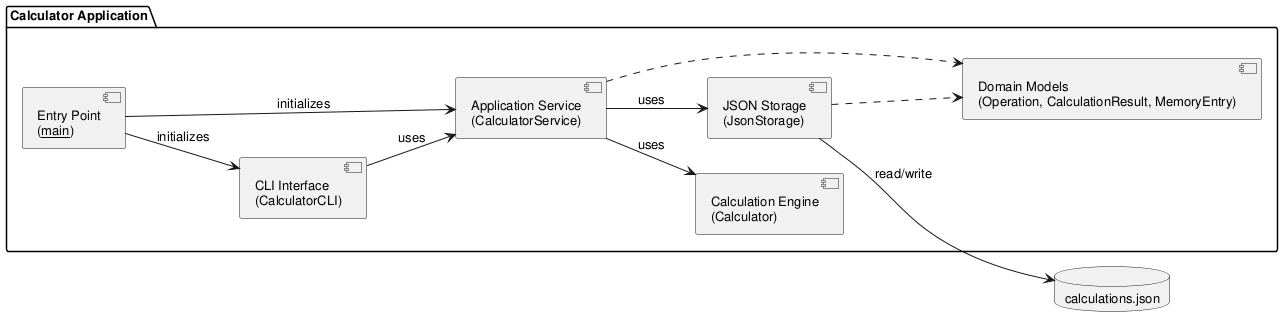
Above: experiments/pipeline/test_driven/calculator/artifacts/component_diagram.png in DanielRiha8906/Software_autoevolution_using_agents (PlantUML), before the change. Source of this version:
```plantuml
@startuml component_diagram

skinparam componentStyle uml2
skinparam defaultFontSize 13
left to right direction

package "Calculator Application" {

    component "Entry Point\n(__main__)" as Main
    component "CLI Interface\n(CalculatorCLI)" as CLI
    component "Application Service\n(CalculatorService)" as Service
    component "Calculation Engine\n(Calculator)" as Calc
    component "JSON Storage\n(JsonStorage)" as Store
    component "Domain Models\n(Operation, CalculationResult, MemoryEntry)" as Models

    Main --> CLI : initializes
    Main --> Service : initializes

    CLI --> Service : uses
    Service --> Calc : uses
    Service --> Store : uses

    Service ..> Models
    Store ..> Models
}

database "calculations.json" as DB

Store --> DB : read/write

@enduml
```
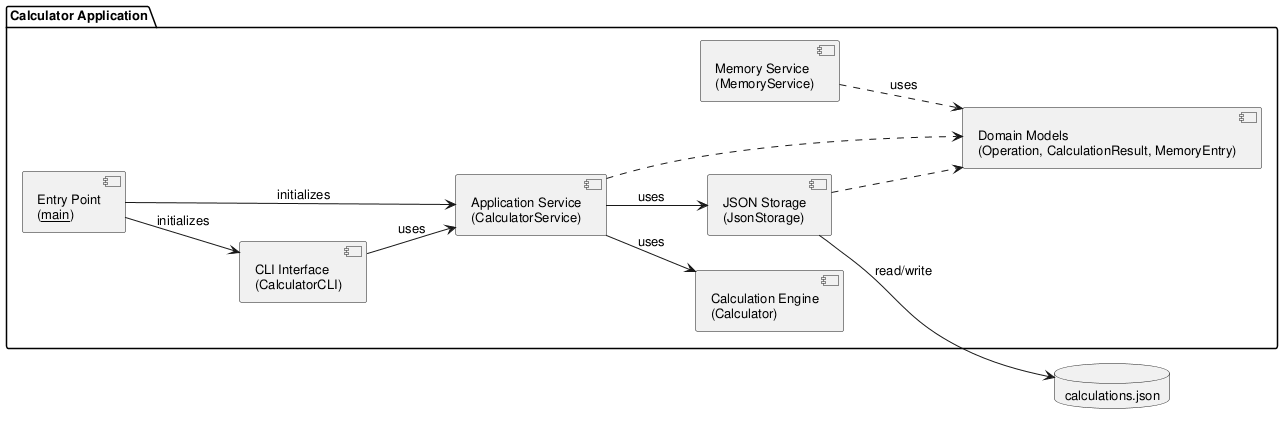
After the commit.

Diff of the diagram source:
```diff
@@ -9,6 +9,7 @@
     component "Entry Point\n(__main__)" as Main
     component "CLI Interface\n(CalculatorCLI)" as CLI
     component "Application Service\n(CalculatorService)" as Service
+    component "Memory Service\n(MemoryService)" as Memory
     component "Calculation Engine\n(Calculator)" as Calc
     component "JSON Storage\n(JsonStorage)" as Store
     component "Domain Models\n(Operation, CalculationResult, MemoryEntry)" as Models
@@ -19,6 +20,7 @@
     CLI --> Service : uses
     Service --> Calc : uses
     Service --> Store : uses
+    Memory ..> Models : uses
 
     Service ..> Models
     Store ..> Models
```
